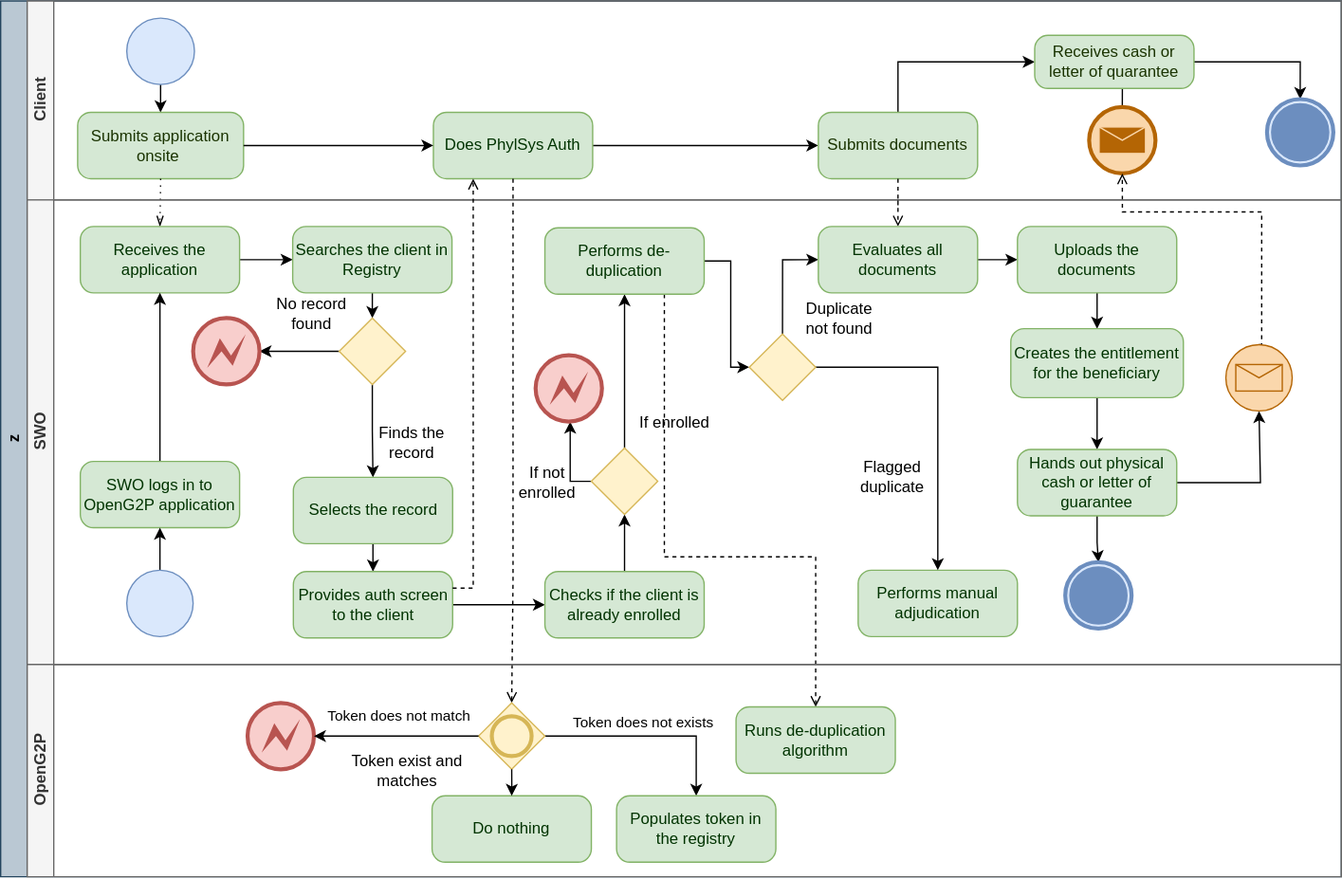
Earlier version of the draw.io export .gitbook/assets/scenario_a_bpmn.svg (OpenG2P/openg2p-documentation). Source tidied: cells renumbered, new cells last; positions are measured from the earlier drawing's top-left corner, leaving out a move shared by most shapes.
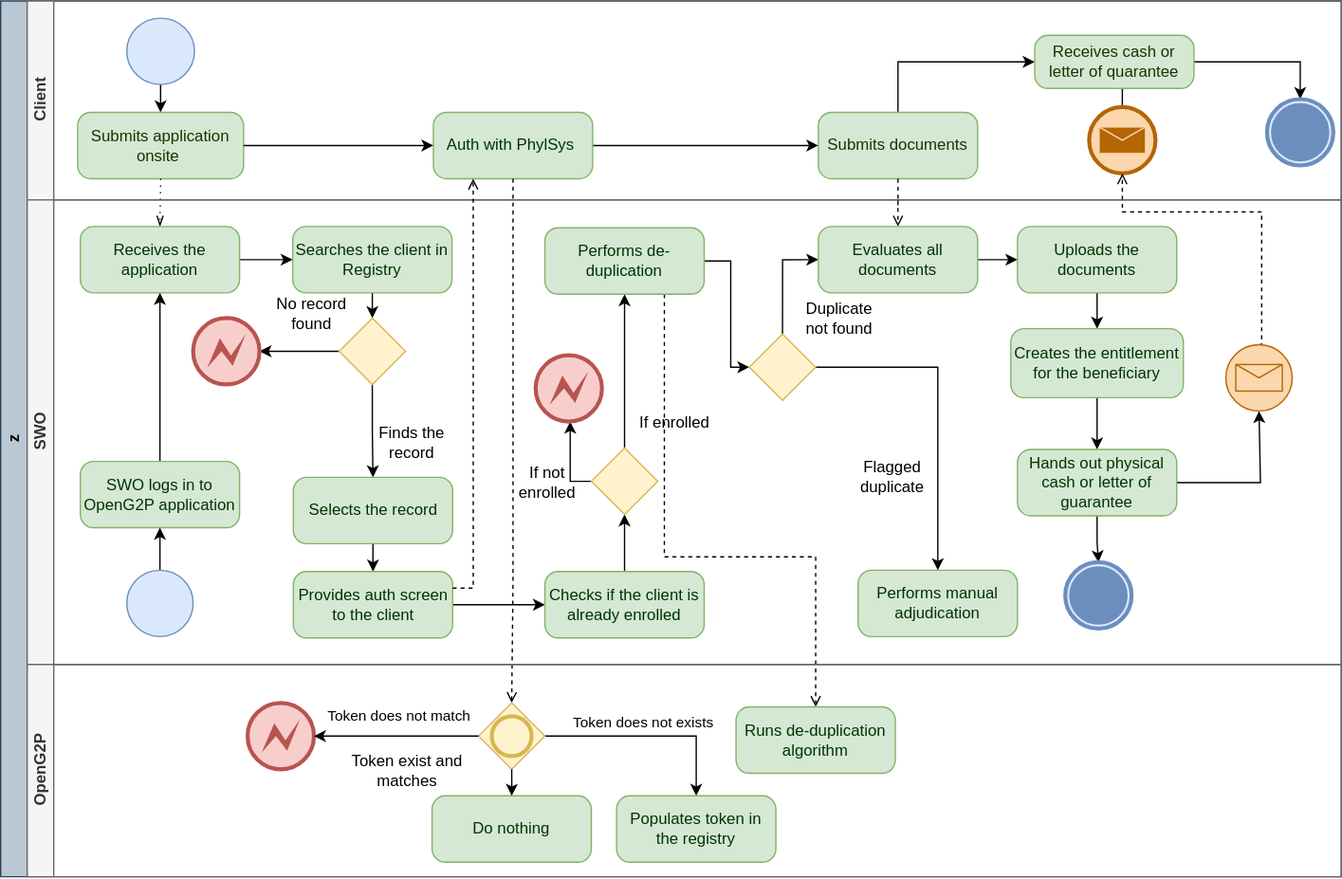
After the change.

What changed in the source:
```diff
@@ -41,7 +41,7 @@
     <mxCell id="14" style="points=[[0.145,0.145,0],[0.5,0,0],[0.855,0.145,0],[1,0.5,0],[0.855,0.855,0],[0.5,1,0],[0.145,0.855,0],[0,0.5,0]];shape=mxgraph.bpmn.event;html=1;verticalLabelPosition=bottom;labelBackgroundColor=#ffffff;verticalAlign=top;align=center;perimeter=ellipsePerimeter;outlineConnect=0;outline=end;symbol=terminate;fillColor=#dae8fc;strokeColor=#6c8ebf;" parent="3" vertex="1">
       <mxGeometry x="934" y="74" width="50" height="50" as="geometry" />
     </mxCell>
-    <mxCell id="15" value="Does PhylSys Auth" style="points=[[0.25,0,0],[0.5,0,0],[0.75,0,0],[1,0.25,0],[1,0.5,0],[1,0.75,0],[0.75,1,0],[0.5,1,0],[0.25,1,0],[0,0.75,0],[0,0.5,0],[0,0.25,0]];shape=mxgraph.bpmn.task;whiteSpace=wrap;rectStyle=rounded;size=10;html=1;taskMarker=abstract;fillColor=#d5e8d4;strokeColor=#82b366;fontColor=#003300;" parent="3" vertex="1">
+    <mxCell id="15" value="Auth with PhylSys&amp;nbsp;" style="points=[[0.25,0,0],[0.5,0,0],[0.75,0,0],[1,0.25,0],[1,0.5,0],[1,0.75,0],[0.75,1,0],[0.5,1,0],[0.25,1,0],[0,0.75,0],[0,0.5,0],[0,0.25,0]];shape=mxgraph.bpmn.task;whiteSpace=wrap;rectStyle=rounded;size=10;html=1;taskMarker=abstract;fillColor=#d5e8d4;strokeColor=#82b366;fontColor=#003300;" parent="3" vertex="1">
       <mxGeometry x="306" y="84" width="120" height="50" as="geometry" />
     </mxCell>
     <mxCell id="16" style="edgeStyle=orthogonalEdgeStyle;rounded=0;jettySize=auto;html=1;entryX=0;entryY=0.5;entryDx=0;entryDy=0;entryPerimeter=0;" parent="3" edge="1" source="7" target="15">
```
